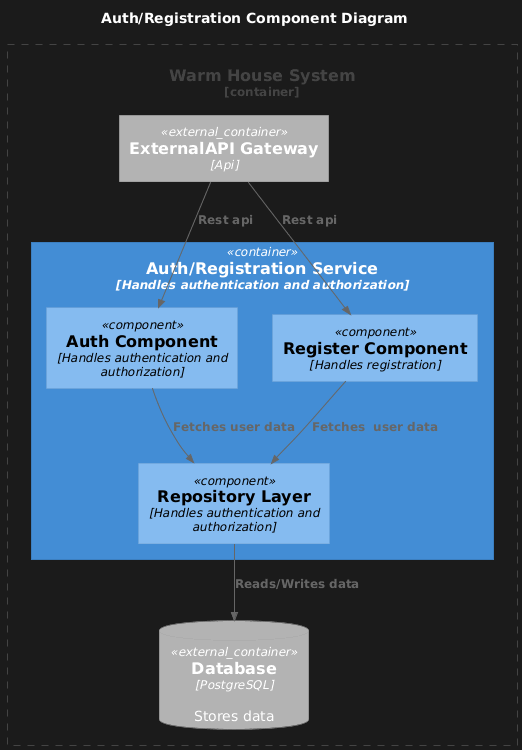
kuznechek/architecture-pro-warmhouse keeps this PlantUML diagram as schemas/components/container_AuthReg.png. Above is the earlier version.
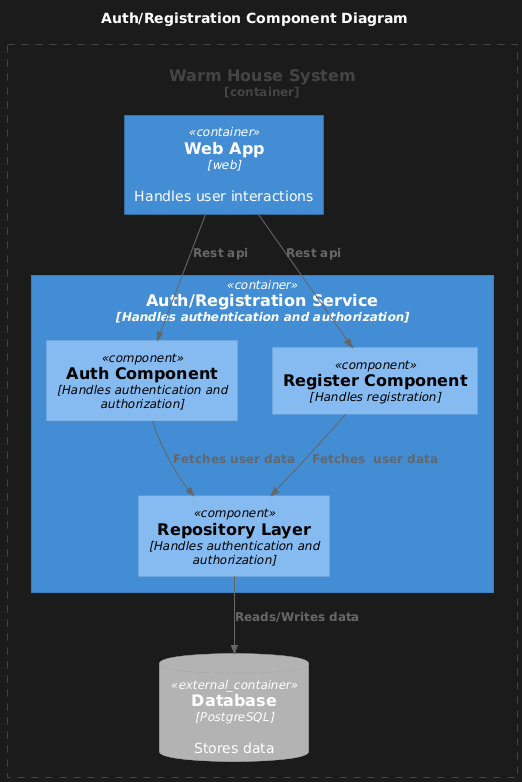
After the commit.

Change to the diagram source:
```diff
@@ -6,7 +6,7 @@
 !includeurl https://raw.githubusercontent.com/RicardoNiepel/C4-PlantUML/master/C4_Component.puml
 
 Container_Boundary(WarmHouseSystem, "Warm House System") {
-  Container_Ext(apiGateway, "ExternalAPI Gateway", "Api")
+  Container(web, "Web App", "web", "Handles user interactions")
   Container(AuthRegService, "Auth/Registration Service", "Handles authentication and authorization")
   ContainerDb_Ext(Database, "Database", "PostgreSQL", "Stores data")
 }
@@ -18,8 +18,8 @@
   Component(RepositoryLayer, "Repository Layer", "Handles authentication and authorization")
 }
 
-Rel(apiGateway,AuthComponent,"Rest api")
-Rel(apiGateway,RegComponent,"Rest api")
+Rel(web,AuthComponent,"Rest api")
+Rel(web,RegComponent,"Rest api")
 Rel(AuthComponent,RepositoryLayer,"Fetches user data")
 Rel(RegComponent,RepositoryLayer,"Fetches  user data")
 Rel(RepositoryLayer,Database,"Reads/Writes data")
```
